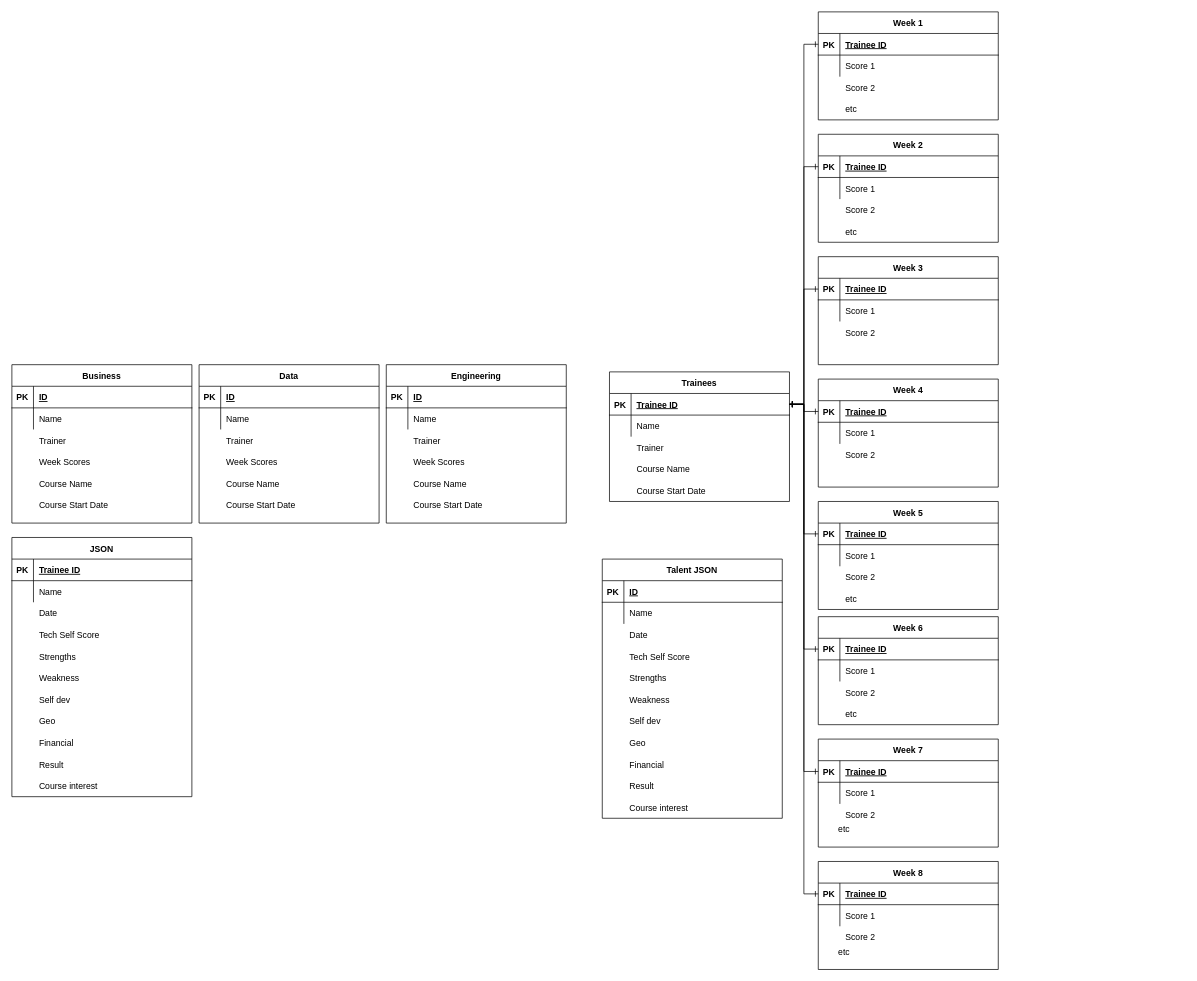
The draw.io diagram Data_28_Group_2_ERD.drawio in Niam99/ETLpipeline, before the edit. Source tidied: cells renumbered, new cells numbered last; positions are measured from the earlier drawing's top-left corner, leaving out a move shared by most shapes. Both pictures are drawn from the tidied source at 72%, with x=0, y=0 at pixel (12, 12).
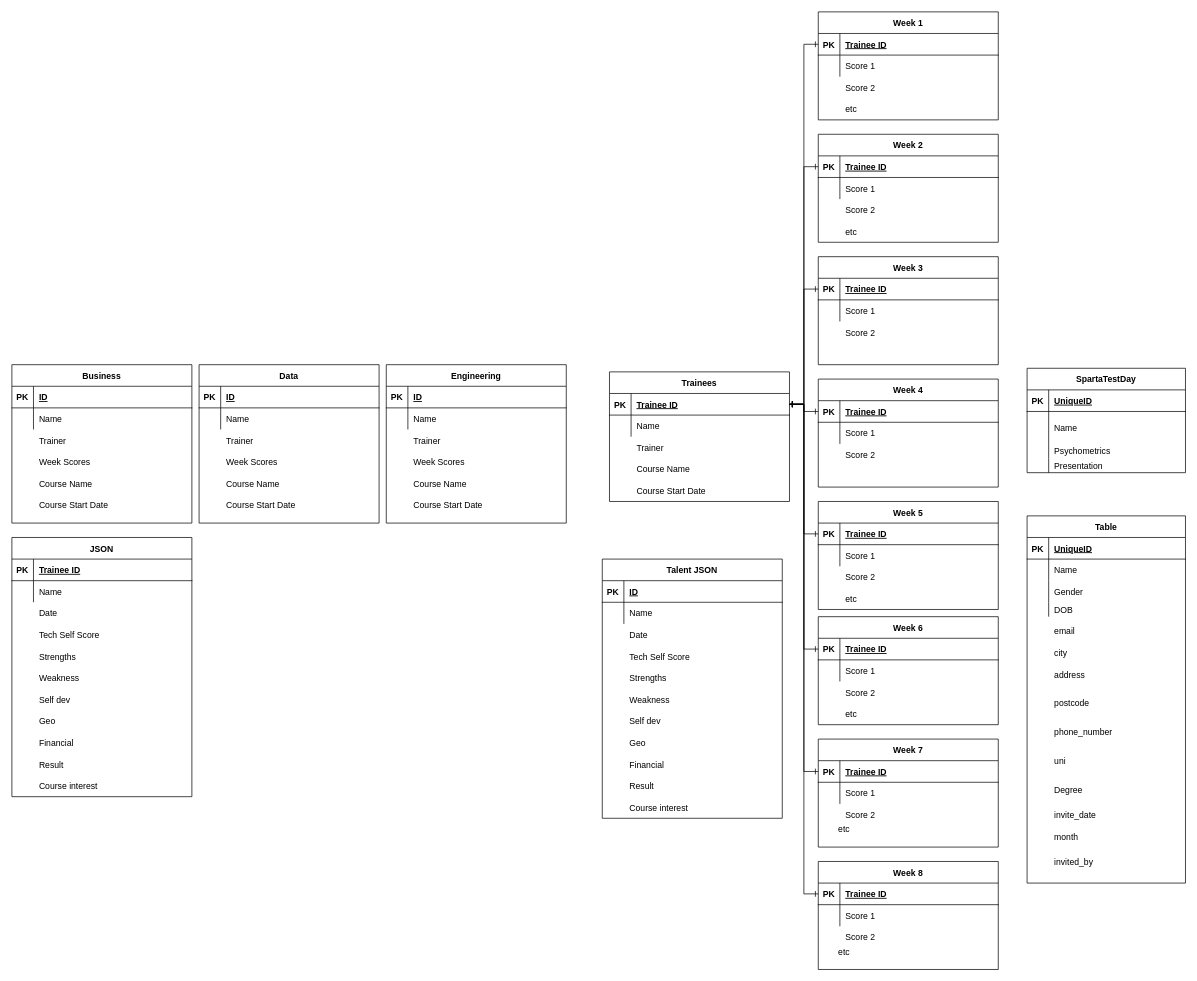
Above is the later version.

Commit message:
added tables to erd

Change to the diagram source:
```diff
@@
+    <mxCell id="212" value="SpartaTestDay" style="shape=table;startSize=30;childLayout=tableLayout;rowLines=0;fontStyle=1;align=center;" parent="1" vertex="1">
+      <mxGeometry x="1410" y="495" width="220" height="145" as="geometry" />
+    </mxCell>
+    <mxCell id="213" style="shape=tableRow;horizontal=0;startSize=0;swimlaneHead=0;swimlaneBody=0;fillColor=none;top=0;left=0;right=0;bottom=1;" parent="212" vertex="1">
+      <mxGeometry y="30" width="220" height="30" as="geometry" />
+    </mxCell>
+    <mxCell id="214" value="PK" style="shape=partialRectangle;fillColor=none;top=0;left=0;bottom=0;right=0;fontStyle=1;overflow=hidden;" parent="213" vertex="1">
+      <mxGeometry width="30" height="30" as="geometry" />
+    </mxCell>
+    <mxCell id="215" value="UniqueID" style="shape=partialRectangle;fillColor=none;top=0;left=0;bottom=0;right=0;align=left;spacingLeft=6;fontStyle=5;overflow=hidden;" parent="213" vertex="1">
+      <mxGeometry x="30" width="190" height="30" as="geometry" />
+    </mxCell>
+    <mxCell id="216" style="shape=tableRow;horizontal=0;startSize=0;swimlaneHead=0;swimlaneBody=0;fillColor=none;top=0;left=0;right=0;bottom=0;" parent="212" vertex="1">
+      <mxGeometry y="60" width="220" height="45" as="geometry" />
+    </mxCell>
+    <mxCell id="217" style="shape=partialRectangle;fillColor=none;top=0;left=0;bottom=0;right=0;overflow=hidden;" parent="216" vertex="1">
+      <mxGeometry width="30" height="45" as="geometry" />
+    </mxCell>
+    <mxCell id="218" value="Name" style="shape=partialRectangle;fillColor=none;top=0;left=0;bottom=0;right=0;align=left;spacingLeft=6;overflow=hidden;" parent="216" vertex="1">
+      <mxGeometry x="30" width="190" height="45" as="geometry" />
+    </mxCell>
+    <mxCell id="219" style="shape=tableRow;horizontal=0;startSize=0;swimlaneHead=0;swimlaneBody=0;fillColor=none;top=0;left=0;right=0;bottom=0;" parent="212" vertex="1">
+      <mxGeometry y="105" width="220" height="20" as="geometry" />
+    </mxCell>
+    <mxCell id="220" style="shape=partialRectangle;fillColor=none;top=0;left=0;bottom=0;right=0;overflow=hidden;" parent="219" vertex="1">
+      <mxGeometry width="30" height="20" as="geometry" />
+    </mxCell>
+    <mxCell id="221" value="Psychometrics" style="shape=partialRectangle;fillColor=none;top=0;left=0;bottom=0;right=0;align=left;spacingLeft=6;overflow=hidden;" parent="219" vertex="1">
+      <mxGeometry x="30" width="190" height="20" as="geometry" />
+    </mxCell>
+    <mxCell id="222" style="shape=tableRow;horizontal=0;startSize=0;swimlaneHead=0;swimlaneBody=0;fillColor=none;top=0;left=0;right=0;bottom=0;" parent="212" vertex="1">
+      <mxGeometry y="125" width="220" height="20" as="geometry" />
+    </mxCell>
+    <mxCell id="223" style="shape=partialRectangle;fillColor=none;top=0;left=0;bottom=0;right=0;overflow=hidden;" parent="222" vertex="1">
+      <mxGeometry width="30" height="20" as="geometry" />
+    </mxCell>
+    <mxCell id="224" value="Presentation" style="shape=partialRectangle;fillColor=none;top=0;left=0;bottom=0;right=0;align=left;spacingLeft=6;overflow=hidden;" parent="222" vertex="1">
+      <mxGeometry x="30" width="190" height="20" as="geometry" />
+    </mxCell>
+    <mxCell id="225" value="Table" style="shape=table;startSize=30;childLayout=tableLayout;rowLines=0;fontStyle=1;align=center;" parent="1" vertex="1">
+      <mxGeometry x="1410" y="700" width="220" height="510" as="geometry" />
+    </mxCell>
+    <mxCell id="226" style="shape=tableRow;horizontal=0;startSize=0;swimlaneHead=0;swimlaneBody=0;fillColor=none;top=0;left=0;right=0;bottom=1;" parent="225" vertex="1">
+      <mxGeometry y="30" width="220" height="30" as="geometry" />
+    </mxCell>
+    <mxCell id="227" value="PK" style="shape=partialRectangle;fillColor=none;top=0;left=0;bottom=0;right=0;fontStyle=1;overflow=hidden;" parent="226" vertex="1">
+      <mxGeometry width="30" height="30" as="geometry" />
+    </mxCell>
+    <mxCell id="228" value="UniqueID" style="shape=partialRectangle;fillColor=none;top=0;left=0;bottom=0;right=0;align=left;spacingLeft=6;fontStyle=5;overflow=hidden;" parent="226" vertex="1">
+      <mxGeometry x="30" width="190" height="30" as="geometry" />
+    </mxCell>
+    <mxCell id="229" style="shape=tableRow;horizontal=0;startSize=0;swimlaneHead=0;swimlaneBody=0;fillColor=none;top=0;left=0;right=0;bottom=0;" parent="225" vertex="1">
+      <mxGeometry y="60" width="220" height="30" as="geometry" />
+    </mxCell>
+    <mxCell id="230" style="shape=partialRectangle;fillColor=none;top=0;left=0;bottom=0;right=0;overflow=hidden;" parent="229" vertex="1">
+      <mxGeometry width="30" height="30" as="geometry" />
+    </mxCell>
+    <mxCell id="231" value="Name" style="shape=partialRectangle;fillColor=none;top=0;left=0;bottom=0;right=0;align=left;spacingLeft=6;overflow=hidden;" parent="229" vertex="1">
+      <mxGeometry x="30" width="190" height="30" as="geometry" />
+    </mxCell>
+    <mxCell id="232" style="shape=tableRow;horizontal=0;startSize=0;swimlaneHead=0;swimlaneBody=0;fillColor=none;top=0;left=0;right=0;bottom=0;" parent="225" vertex="1">
+      <mxGeometry y="90" width="220" height="30" as="geometry" />
+    </mxCell>
+    <mxCell id="233" style="shape=partialRectangle;fillColor=none;top=0;left=0;bottom=0;right=0;overflow=hidden;" parent="232" vertex="1">
+      <mxGeometry width="30" height="30" as="geometry" />
+    </mxCell>
+    <mxCell id="234" value="Gender" style="shape=partialRectangle;fillColor=none;top=0;left=0;bottom=0;right=0;align=left;spacingLeft=6;overflow=hidden;" parent="232" vertex="1">
+      <mxGeometry x="30" width="190" height="30" as="geometry" />
+    </mxCell>
+    <mxCell id="235" style="shape=tableRow;horizontal=0;startSize=0;swimlaneHead=0;swimlaneBody=0;fillColor=none;top=0;left=0;right=0;bottom=0;" parent="225" vertex="1">
+      <mxGeometry y="120" width="220" height="20" as="geometry" />
+    </mxCell>
+    <mxCell id="236" style="shape=partialRectangle;fillColor=none;top=0;left=0;bottom=0;right=0;overflow=hidden;" parent="235" vertex="1">
+      <mxGeometry width="30" height="20" as="geometry" />
+    </mxCell>
+    <mxCell id="237" value="DOB" style="shape=partialRectangle;fillColor=none;top=0;left=0;bottom=0;right=0;align=left;spacingLeft=6;overflow=hidden;" parent="235" vertex="1">
+      <mxGeometry x="30" width="190" height="20" as="geometry" />
+    </mxCell>
+    <mxCell id="238" value="email" style="shape=partialRectangle;fillColor=none;top=0;left=0;bottom=0;right=0;align=left;spacingLeft=6;overflow=hidden;" parent="1" vertex="1">
+      <mxGeometry x="1440" y="850" width="190" height="20" as="geometry" />
+    </mxCell>
+    <mxCell id="239" value="city" style="shape=partialRectangle;fillColor=none;top=0;left=0;bottom=0;right=0;align=left;spacingLeft=6;overflow=hidden;" parent="1" vertex="1">
+      <mxGeometry x="1440" y="880" width="190" height="20" as="geometry" />
+    </mxCell>
+    <mxCell id="240" value="address" style="shape=partialRectangle;fillColor=none;top=0;left=0;bottom=0;right=0;align=left;spacingLeft=6;overflow=hidden;" parent="1" vertex="1">
+      <mxGeometry x="1440" y="910" width="190" height="20" as="geometry" />
+    </mxCell>
+    <mxCell id="241" value="postcode" style="shape=partialRectangle;fillColor=none;top=0;left=0;bottom=0;right=0;align=left;spacingLeft=6;overflow=hidden;" parent="1" vertex="1">
+      <mxGeometry x="1440" y="950" width="190" height="20" as="geometry" />
+    </mxCell>
+    <mxCell id="242" value="phone_number" style="shape=partialRectangle;fillColor=none;top=0;left=0;bottom=0;right=0;align=left;spacingLeft=6;overflow=hidden;" parent="1" vertex="1">
+      <mxGeometry x="1440" y="990" width="190" height="20" as="geometry" />
+    </mxCell>
+    <mxCell id="243" value="uni" style="shape=partialRectangle;fillColor=none;top=0;left=0;bottom=0;right=0;align=left;spacingLeft=6;overflow=hidden;" parent="1" vertex="1">
+      <mxGeometry x="1440" y="1030" width="190" height="20" as="geometry" />
+    </mxCell>
+    <mxCell id="244" value="Degree" style="shape=partialRectangle;fillColor=none;top=0;left=0;bottom=0;right=0;align=left;spacingLeft=6;overflow=hidden;" parent="1" vertex="1">
+      <mxGeometry x="1440" y="1070" width="190" height="20" as="geometry" />
+    </mxCell>
+    <mxCell id="245" value="invite_date" style="shape=partialRectangle;fillColor=none;top=0;left=0;bottom=0;right=0;align=left;spacingLeft=6;overflow=hidden;" parent="1" vertex="1">
+      <mxGeometry x="1440" y="1105" width="190" height="20" as="geometry" />
+    </mxCell>
+    <mxCell id="246" value="month" style="shape=partialRectangle;fillColor=none;top=0;left=0;bottom=0;right=0;align=left;spacingLeft=6;overflow=hidden;" parent="1" vertex="1">
+      <mxGeometry x="1440" y="1135" width="190" height="20" as="geometry" />
+    </mxCell>
+    <mxCell id="247" value="invited_by" style="shape=partialRectangle;fillColor=none;top=0;left=0;bottom=0;right=0;align=left;spacingLeft=6;overflow=hidden;" parent="1" vertex="1">
+      <mxGeometry x="1440" y="1170" width="190" height="20" as="geometry" />
+    </mxCell>
```
